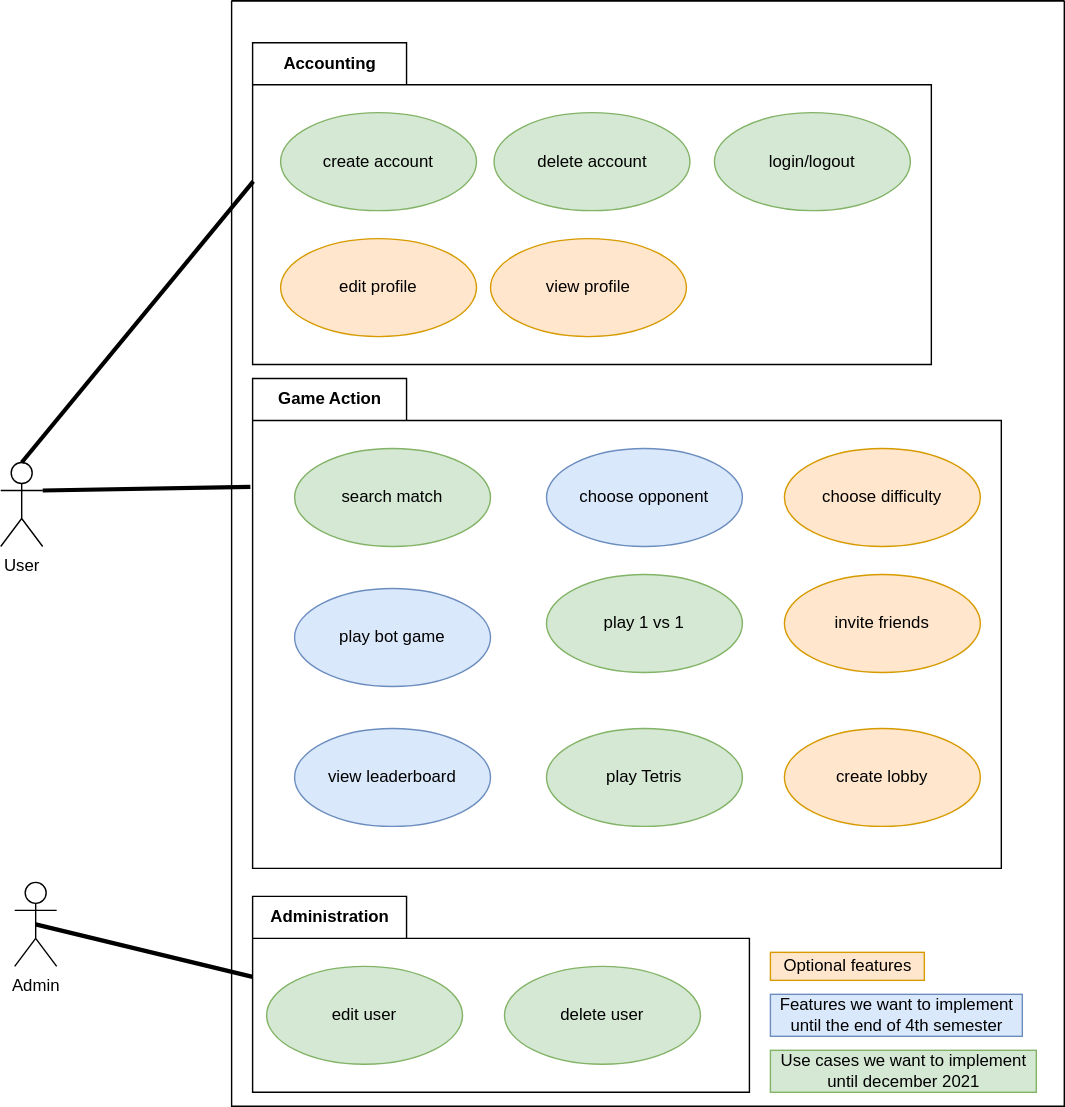
13TRIS/13TRIS keeps this draw.io diagram as docs/diagrams/UML-use-case-diagram.drawio.svg. Above is the earlier version. Source tidied: cells renumbered, new cells last; positions are measured from the earlier drawing's top-left corner, leaving out a move shared by most shapes.
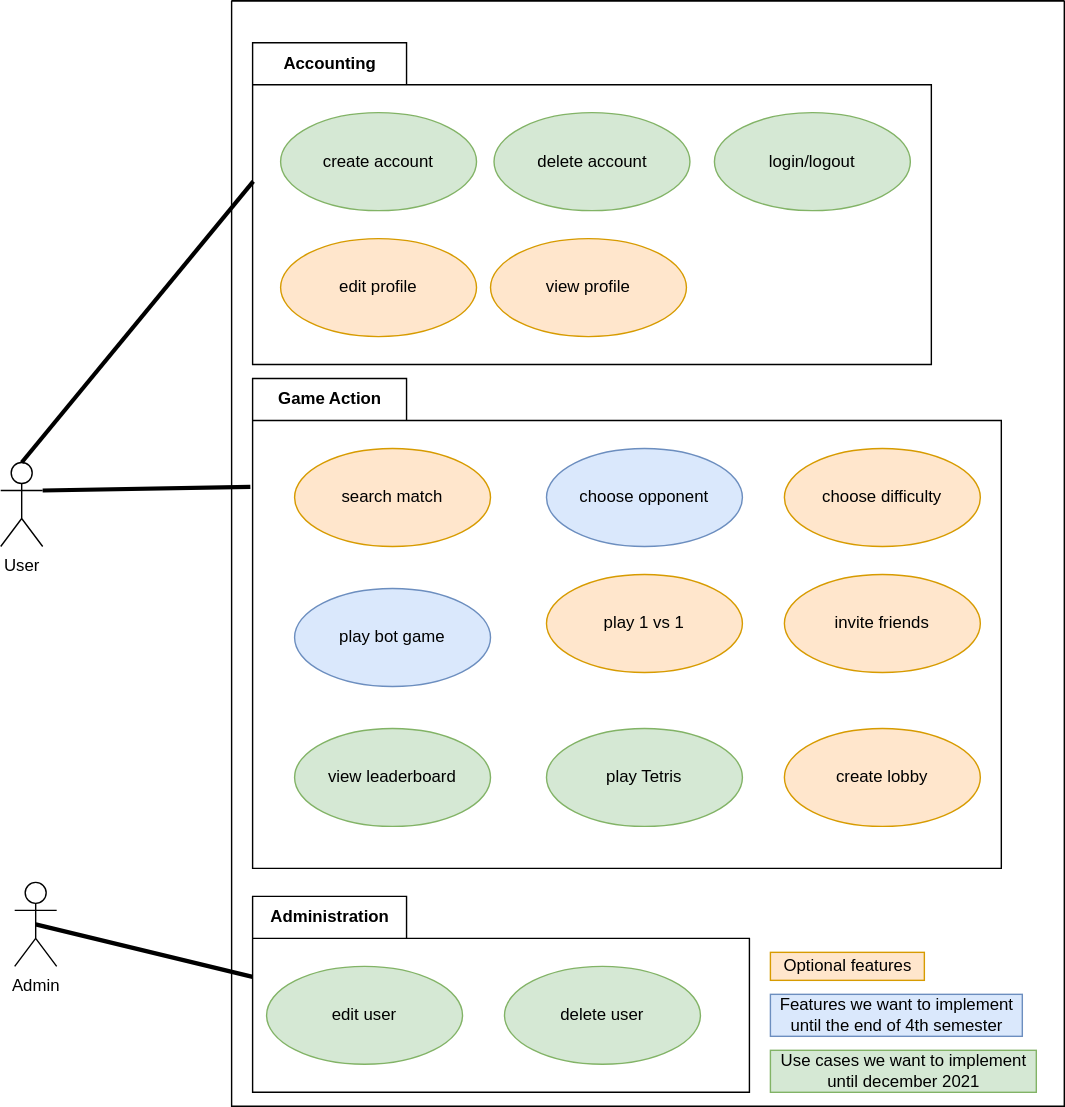
The same diagram one commit later.

Commit message:
TETRIS-73 : Updated SAD and class diagram. Data view and deployment view are still missing but should be added in the future.

Change to the diagram source:
```diff
@@ -35,13 +35,13 @@
     <mxCell id="12" value="choose opponent" style="ellipse;whiteSpace=wrap;html=1;fillColor=#dae8fc;strokeColor=#6c8ebf;" parent="10" vertex="1">
       <mxGeometry x="210" y="50" width="140" height="70" as="geometry" />
     </mxCell>
-    <mxCell id="13" value="search match" style="ellipse;whiteSpace=wrap;html=1;fillColor=#d5e8d4;strokeColor=#82b366;" parent="10" vertex="1">
+    <mxCell id="13" value="search match" style="ellipse;whiteSpace=wrap;html=1;fillColor=#ffe6cc;strokeColor=#d79b00;" parent="10" vertex="1">
       <mxGeometry x="30" y="50" width="140" height="70" as="geometry" />
     </mxCell>
-    <mxCell id="14" value="play 1 vs 1" style="ellipse;whiteSpace=wrap;html=1;fillColor=#d5e8d4;strokeColor=#82b366;" parent="10" vertex="1">
+    <mxCell id="14" value="play 1 vs 1" style="ellipse;whiteSpace=wrap;html=1;fillColor=#ffe6cc;strokeColor=#d79b00;" parent="10" vertex="1">
       <mxGeometry x="210" y="140" width="140" height="70" as="geometry" />
     </mxCell>
-    <mxCell id="15" value="view leaderboard" style="ellipse;whiteSpace=wrap;html=1;fillColor=#dae8fc;strokeColor=#6c8ebf;" parent="10" vertex="1">
+    <mxCell id="15" value="view leaderboard" style="ellipse;whiteSpace=wrap;html=1;fillColor=#d5e8d4;strokeColor=#82b366;" parent="10" vertex="1">
       <mxGeometry x="30" y="250" width="140" height="70" as="geometry" />
     </mxCell>
     <mxCell id="16" value="play Tetris" style="ellipse;whiteSpace=wrap;html=1;fillColor=#d5e8d4;strokeColor=#82b366;" parent="10" vertex="1">
```
